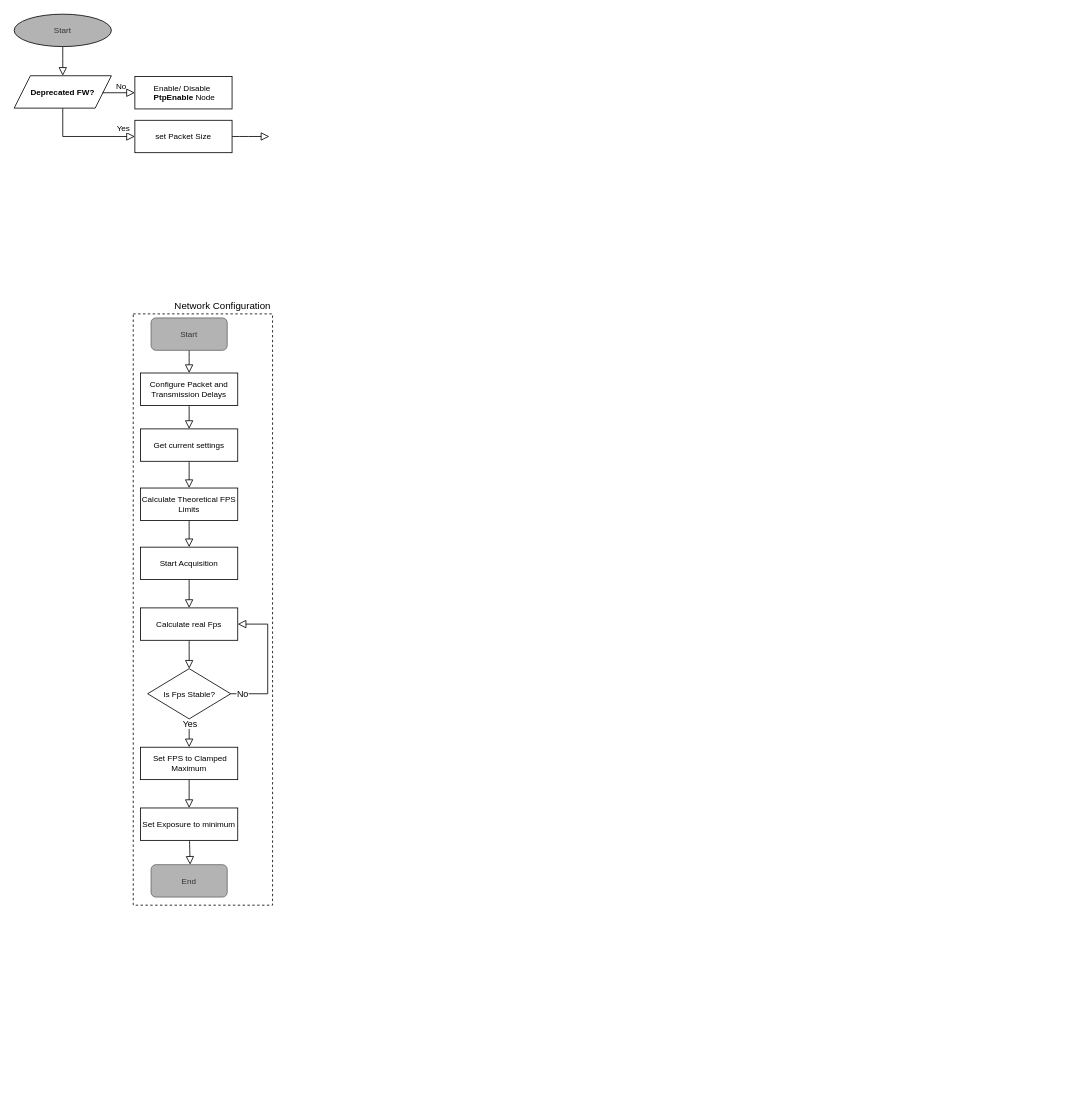
Above: page "Bandwidth" (3 of 3) of draw.io/Untitled Diagram.drawio in Yessminech/Bachelor_Thesis (draw.io), before the change. Source tidied: cells renumbered, new cells numbered last; positions are measured from the earlier drawing's top-left corner, leaving out a move shared by most shapes. Both pictures are drawn from the tidied source at 81%, with x=0, y=0 at pixel (14, 14).
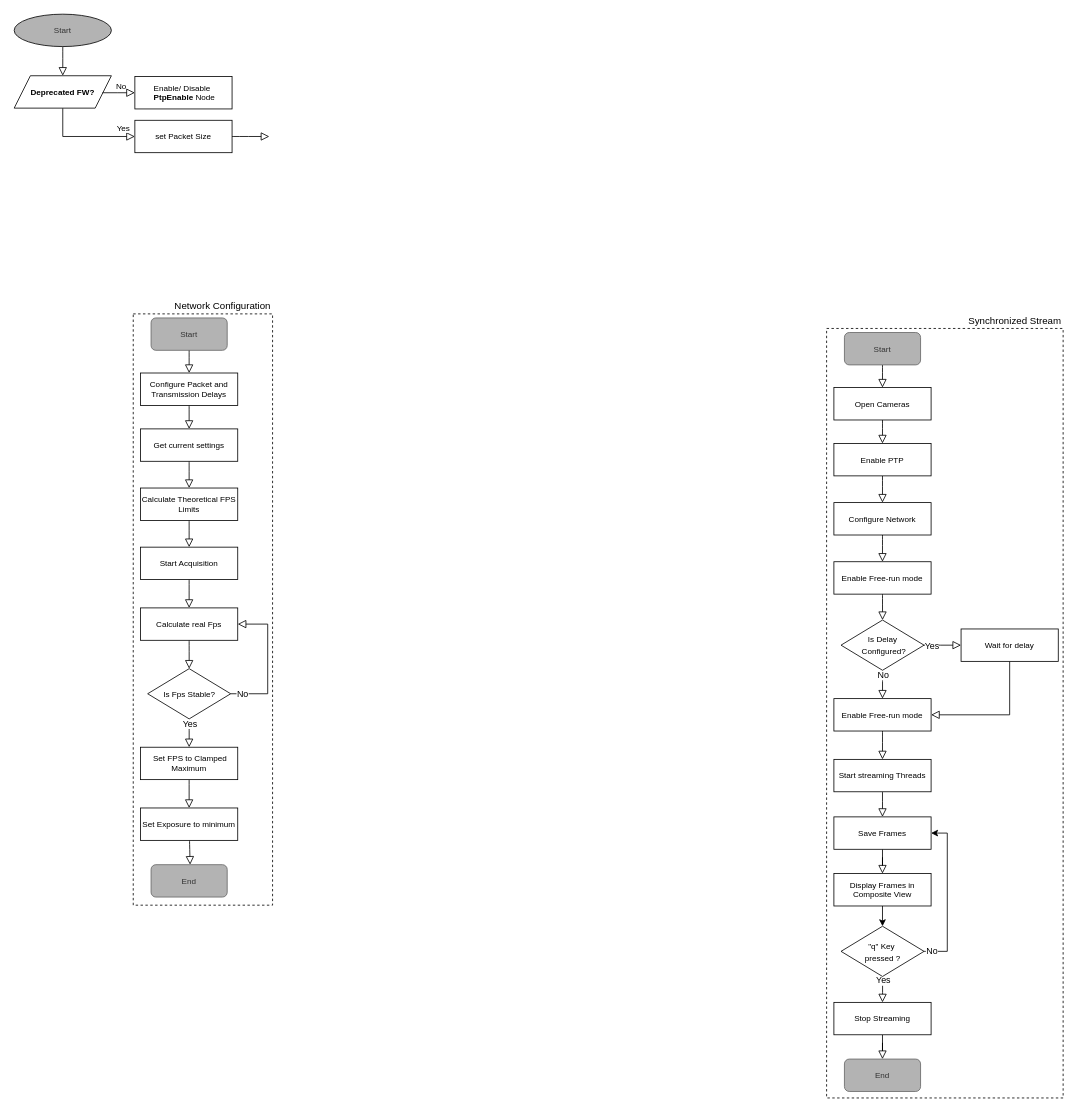
The same page after the edit.

The edit, as a diff of the source:
```diff
@@
+    <mxCell id="34" value="Synchronized Stream" style="rounded=0;whiteSpace=wrap;html=1;dashed=1;fillColor=none;verticalAlign=bottom;labelPosition=center;verticalLabelPosition=top;align=right;" parent="1" vertex="1">
+      <mxGeometry x="1003" y="388" width="292" height="950" as="geometry" />
+    </mxCell>
+    <mxCell id="35" style="edgeStyle=none;curved=1;rounded=0;jettySize=auto;html=1;entryX=0.5;entryY=0;entryDx=0;entryDy=0;fontSize=12;startSize=8;endSize=8;endArrow=block;endFill=0;" parent="1" edge="1" source="36" target="40">
+      <mxGeometry relative="1" as="geometry" />
+    </mxCell>
+    <mxCell id="36" value="Open Cameras" style="rounded=0;whiteSpace=wrap;html=1;fontSize=10;glass=0;strokeWidth=1;shadow=0;fontFamily=Helvetica;align=center;verticalAlign=middle;" parent="1" vertex="1">
+      <mxGeometry x="1012" y="461" width="120" height="40" as="geometry" />
+    </mxCell>
+    <mxCell id="37" style="edgeStyle=none;curved=1;rounded=0;jettySize=auto;html=1;entryX=0.5;entryY=0;entryDx=0;entryDy=0;fontSize=12;startSize=8;endSize=8;endArrow=block;endFill=0;" parent="1" edge="1" source="38" target="44">
+      <mxGeometry relative="1" as="geometry" />
+    </mxCell>
+    <mxCell id="38" value="Configure Network" style="rounded=0;whiteSpace=wrap;html=1;fontSize=10;glass=0;strokeWidth=1;shadow=0;fontFamily=Helvetica;align=center;verticalAlign=middle;" parent="1" vertex="1">
+      <mxGeometry x="1012" y="603" width="120" height="40" as="geometry" />
+    </mxCell>
+    <mxCell id="39" style="edgeStyle=none;curved=1;rounded=0;jettySize=auto;html=1;fontSize=12;startSize=8;endSize=8;endArrow=block;endFill=0;entryX=0.5;entryY=0;entryDx=0;entryDy=0;" parent="1" edge="1" source="40" target="38">
+      <mxGeometry relative="1" as="geometry" />
+    </mxCell>
+    <mxCell id="40" value="Enable PTP" style="rounded=0;whiteSpace=wrap;html=1;fontSize=10;glass=0;strokeWidth=1;shadow=0;fontFamily=Helvetica;align=center;verticalAlign=middle;" parent="1" vertex="1">
+      <mxGeometry x="1012" y="530" width="120" height="40" as="geometry" />
+    </mxCell>
+    <mxCell id="41" style="edgeStyle=none;curved=1;rounded=0;jettySize=auto;html=1;entryX=0.5;entryY=0;entryDx=0;entryDy=0;fontSize=12;startSize=8;endSize=8;endArrow=block;endFill=0;" parent="1" edge="1" source="42" target="56">
+      <mxGeometry relative="1" as="geometry" />
+    </mxCell>
+    <mxCell id="42" value="Start streaming Threads" style="rounded=0;whiteSpace=wrap;html=1;fontSize=10;glass=0;strokeWidth=1;shadow=0;fontFamily=Helvetica;align=center;verticalAlign=middle;" parent="1" vertex="1">
+      <mxGeometry x="1012" y="920" width="120" height="40" as="geometry" />
+    </mxCell>
+    <mxCell id="43" style="edgeStyle=none;curved=1;rounded=0;jettySize=auto;html=1;fontSize=12;startSize=8;endSize=8;endArrow=block;endFill=0;" parent="1" edge="1" source="44" target="53">
+      <mxGeometry relative="1" as="geometry" />
+    </mxCell>
+    <mxCell id="44" value="Enable Free-run mode" style="rounded=0;whiteSpace=wrap;html=1;fontSize=10;glass=0;strokeWidth=1;shadow=0;fontFamily=Helvetica;align=center;verticalAlign=middle;" parent="1" vertex="1">
+      <mxGeometry x="1012" y="676" width="120" height="40" as="geometry" />
+    </mxCell>
+    <mxCell id="45" style="edgeStyle=none;curved=1;rounded=0;jettySize=auto;html=1;fontSize=12;startSize=8;endSize=8;endArrow=block;endFill=0;entryX=0;entryY=0.5;entryDx=0;entryDy=0;exitX=1;exitY=0.5;exitDx=0;exitDy=0;" parent="1" edge="1" source="53" target="67">
+      <mxGeometry relative="1" as="geometry" />
+    </mxCell>
+    <mxCell id="46" value="Yes" style="edgeLabel;html=1;align=center;verticalAlign=middle;" parent="45" vertex="1">
+      <mxGeometry x="-0.7" y="-1" relative="1" as="geometry">
+        <mxPoint x="2" y="-1" as="offset" />
+      </mxGeometry>
+    </mxCell>
+    <mxCell id="47" style="edgeStyle=none;curved=1;rounded=0;jettySize=auto;html=1;fontSize=12;startSize=8;endSize=8;endArrow=block;endFill=0;" parent="1" edge="1" source="48" target="42">
+      <mxGeometry relative="1" as="geometry" />
+    </mxCell>
+    <mxCell id="48" value="Enable Free-run mode" style="rounded=0;whiteSpace=wrap;html=1;fontSize=10;glass=0;strokeWidth=1;shadow=0;fontFamily=Helvetica;align=center;verticalAlign=middle;" parent="1" vertex="1">
+      <mxGeometry x="1012" y="845" width="120" height="40" as="geometry" />
+    </mxCell>
+    <mxCell id="49" style="edgeStyle=none;curved=1;rounded=0;jettySize=auto;html=1;entryX=0.5;entryY=0;entryDx=0;entryDy=0;fontSize=12;startSize=8;endSize=8;endArrow=block;endFill=0;" parent="1" edge="1" target="36">
+      <mxGeometry relative="1" as="geometry">
+        <mxPoint x="1072" y="431" as="sourcePoint" />
+      </mxGeometry>
+    </mxCell>
+    <mxCell id="50" style="edgeStyle=none;curved=1;rounded=0;jettySize=auto;html=1;fontSize=12;startSize=8;endSize=8;endArrow=block;endFill=0;exitX=0.5;exitY=1;exitDx=0;exitDy=0;" parent="1" edge="1" source="53" target="48">
+      <mxGeometry relative="1" as="geometry" />
+    </mxCell>
+    <mxCell id="51" value="No" style="edgeLabel;html=1;align=center;verticalAlign=middle;" parent="50" vertex="1">
+      <mxGeometry x="-0.64" relative="1" as="geometry" />
+    </mxCell>
+    <mxCell id="52" value="&lt;font style=&quot;font-size: 10px;&quot;&gt;Start&lt;/font&gt;" style="rounded=1;whiteSpace=wrap;html=1;fillColor=#B3B3B3;fontColor=#333333;strokeColor=#666666;" parent="1" vertex="1">
+      <mxGeometry x="1025" y="393" width="94" height="40" as="geometry" />
+    </mxCell>
+    <mxCell id="53" value="&lt;span style=&quot;font-size: 10px;&quot;&gt;Is Delay&lt;/span&gt;&lt;div&gt;&lt;span style=&quot;font-size: 10px;&quot;&gt;&amp;nbsp;Configured?&lt;/span&gt;&lt;/div&gt;" style="rhombus;whiteSpace=wrap;html=1;" parent="1" vertex="1">
+      <mxGeometry x="1020.8" y="748" width="102.5" height="62" as="geometry" />
+    </mxCell>
+    <mxCell id="54" value="&lt;font style=&quot;font-size: 10px;&quot;&gt;End&lt;/font&gt;" style="rounded=1;whiteSpace=wrap;html=1;fillColor=#B3B3B3;fontColor=#333333;strokeColor=#666666;" parent="1" vertex="1">
+      <mxGeometry x="1025" y="1290" width="94" height="40" as="geometry" />
+    </mxCell>
+    <mxCell id="55" style="edgeStyle=orthogonalEdgeStyle;rounded=0;jettySize=auto;html=1;entryX=0.5;entryY=0;entryDx=0;entryDy=0;endSize=8;endArrow=block;endFill=0;" parent="1" edge="1" source="56" target="58">
+      <mxGeometry relative="1" as="geometry" />
+    </mxCell>
+    <mxCell id="56" value="Save Frames" style="rounded=0;whiteSpace=wrap;html=1;fontSize=10;glass=0;strokeWidth=1;shadow=0;fontFamily=Helvetica;align=center;verticalAlign=middle;" parent="1" vertex="1">
+      <mxGeometry x="1012" y="991" width="120" height="40" as="geometry" />
+    </mxCell>
+    <mxCell id="57" style="edgeStyle=orthogonalEdgeStyle;rounded=0;jettySize=auto;html=1;entryX=0.5;entryY=0;entryDx=0;entryDy=0;" parent="1" edge="1" source="58" target="63">
+      <mxGeometry relative="1" as="geometry" />
+    </mxCell>
+    <mxCell id="58" value="Display Frames in Composite View" style="rounded=0;whiteSpace=wrap;html=1;fontSize=10;glass=0;strokeWidth=1;shadow=0;fontFamily=Helvetica;align=center;verticalAlign=middle;" parent="1" vertex="1">
+      <mxGeometry x="1012" y="1061" width="120" height="40" as="geometry" />
+    </mxCell>
+    <mxCell id="59" style="edgeStyle=orthogonalEdgeStyle;rounded=0;jettySize=auto;html=1;endSize=8;endArrow=block;endFill=0;" parent="1" edge="1" source="63" target="65">
+      <mxGeometry relative="1" as="geometry" />
+    </mxCell>
+    <mxCell id="60" value="Yes" style="edgeLabel;html=1;align=center;verticalAlign=middle;" parent="59" vertex="1">
+      <mxGeometry x="-0.75" relative="1" as="geometry">
+        <mxPoint y="1" as="offset" />
+      </mxGeometry>
+    </mxCell>
+    <mxCell id="61" style="edgeStyle=orthogonalEdgeStyle;rounded=0;jettySize=auto;html=1;entryX=1;entryY=0.5;entryDx=0;entryDy=0;" parent="1" edge="1" source="63" target="56">
+      <mxGeometry relative="1" as="geometry">
+        <Array as="points">
+          <mxPoint x="1152" y="1157" />
+          <mxPoint x="1152" y="1011" />
+        </Array>
+      </mxGeometry>
+    </mxCell>
+    <mxCell id="62" value="No" style="edgeLabel;html=1;align=center;verticalAlign=middle;" parent="61" vertex="1">
+      <mxGeometry x="-0.95" y="1" relative="1" as="geometry">
+        <mxPoint x="4" as="offset" />
+      </mxGeometry>
+    </mxCell>
+    <mxCell id="63" value="&lt;span style=&quot;font-size: 10px;&quot;&gt;&quot;q&quot; Key&amp;nbsp;&lt;/span&gt;&lt;div&gt;&lt;span style=&quot;font-size: 10px;&quot;&gt;pressed ?&lt;/span&gt;&lt;/div&gt;" style="rhombus;whiteSpace=wrap;html=1;" parent="1" vertex="1">
+      <mxGeometry x="1020.8" y="1126" width="102.5" height="62" as="geometry" />
+    </mxCell>
+    <mxCell id="64" style="edgeStyle=orthogonalEdgeStyle;rounded=0;jettySize=auto;html=1;endArrow=block;endFill=0;endSize=8;" parent="1" edge="1" source="65" target="54">
+      <mxGeometry relative="1" as="geometry" />
+    </mxCell>
+    <mxCell id="65" value="Stop Streaming" style="rounded=0;whiteSpace=wrap;html=1;fontSize=10;glass=0;strokeWidth=1;shadow=0;fontFamily=Helvetica;align=center;verticalAlign=middle;" parent="1" vertex="1">
+      <mxGeometry x="1012" y="1220" width="120" height="40" as="geometry" />
+    </mxCell>
+    <mxCell id="66" style="edgeStyle=orthogonalEdgeStyle;rounded=0;jettySize=auto;html=1;entryX=1;entryY=0.5;entryDx=0;entryDy=0;endArrow=block;endFill=0;endSize=8;" parent="1" edge="1" source="67" target="48">
+      <mxGeometry relative="1" as="geometry">
+        <Array as="points">
+          <mxPoint x="1229" y="865" />
+        </Array>
+      </mxGeometry>
+    </mxCell>
+    <mxCell id="67" value="Wait for delay" style="rounded=0;whiteSpace=wrap;html=1;fontSize=10;glass=0;strokeWidth=1;shadow=0;fontFamily=Helvetica;align=center;verticalAlign=middle;" parent="1" vertex="1">
+      <mxGeometry x="1169" y="759" width="120" height="40" as="geometry" />
+    </mxCell>
+    <mxCell id="68" style="edgeStyle=orthogonalEdgeStyle;rounded=0;orthogonalLoop=1;jettySize=auto;html=1;exitX=0.5;exitY=1;exitDx=0;exitDy=0;" parent="1" edge="1" source="34" target="34">
+      <mxGeometry relative="1" as="geometry" />
+    </mxCell>
```
